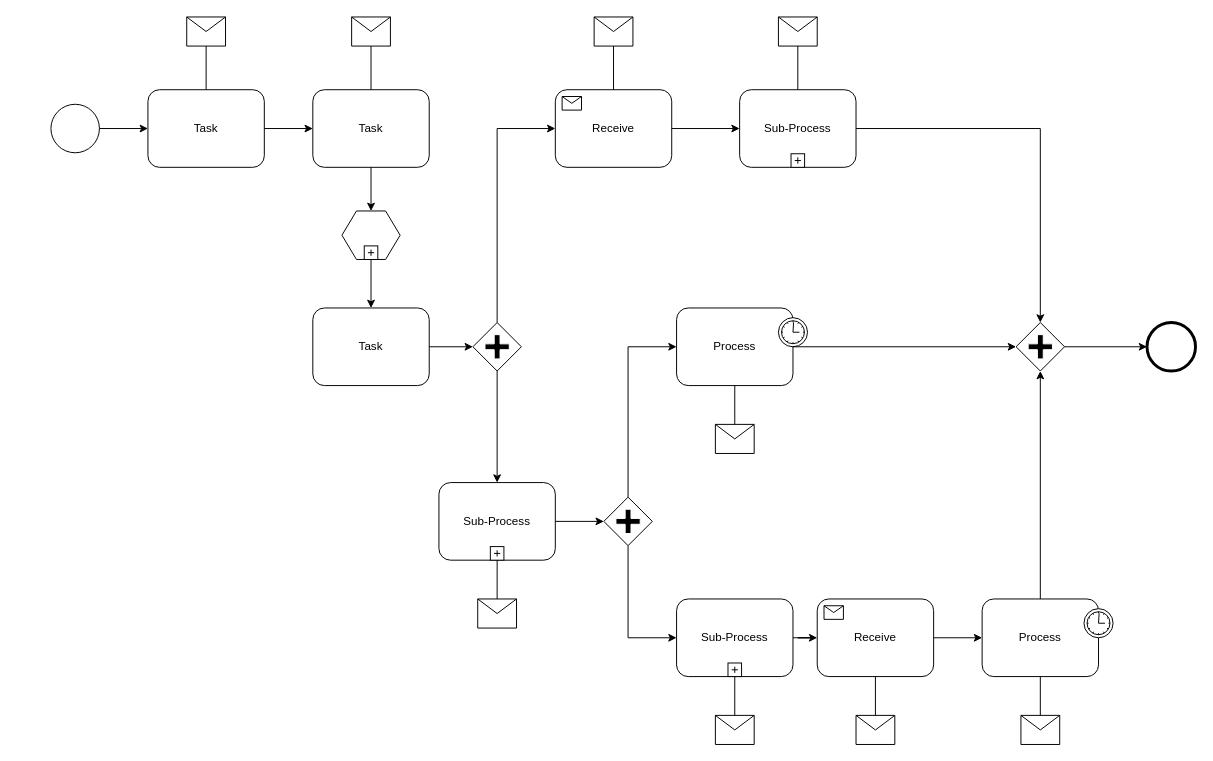
Above: Untitled Diagram.drawio in xiaoxuanfei/tp5 (draw.io), before the change. Source tidied: cells renumbered, new cells numbered last; positions are measured from the earlier drawing's top-left corner, leaving out a move shared by most shapes. Both pictures are drawn from the tidied source at 97%, with x=0, y=0 at pixel (50, 16).
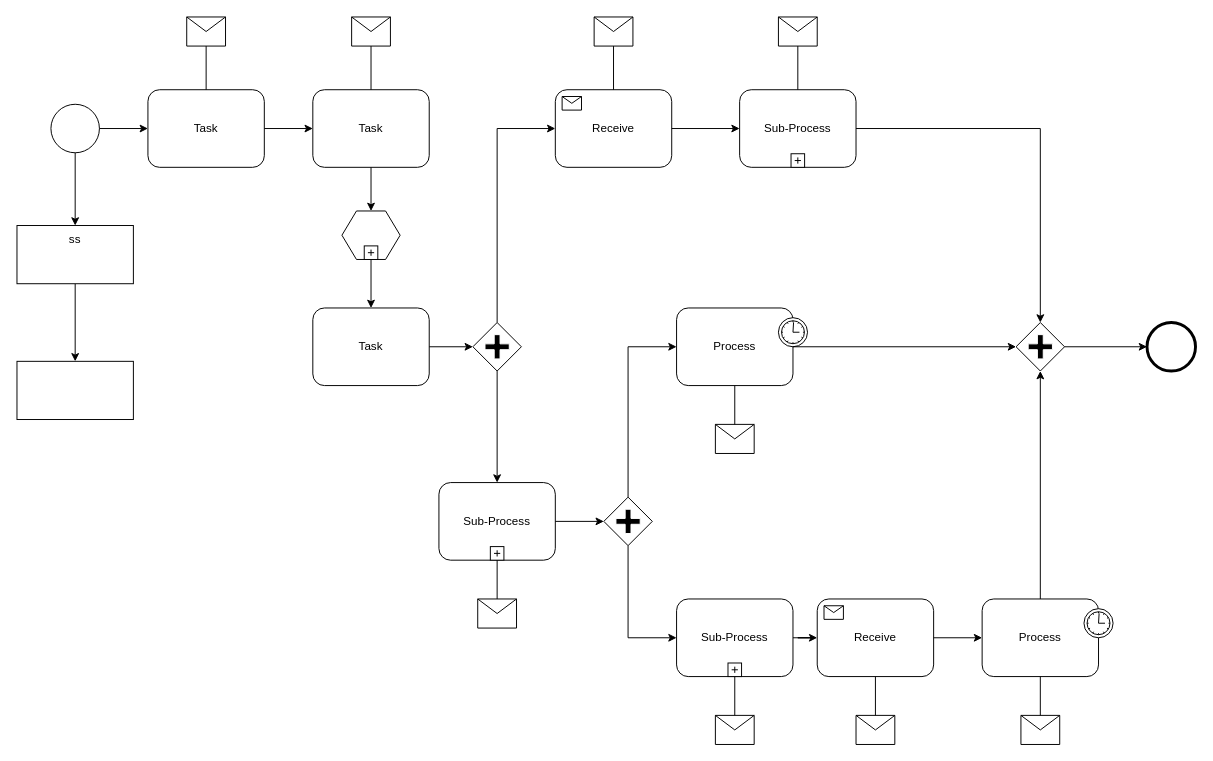
After the change.

The change refers to these unchanged cells:
```xml
<mxCell id="2" style="shape=mxgraph.bpmn.shape;html=1;verticalLabelPosition=bottom;labelBackgroundColor=#ffffff;verticalAlign=top;perimeter=ellipsePerimeter;outline=standard;symbol=general;" parent="1" vertex="1">
  <mxGeometry y="90" width="50" height="50" as="geometry" />
</mxCell>
```

Change to the diagram source:
```diff
@@
+    <mxCell id="61" style="edgeStyle=orthogonalEdgeStyle;rounded=0;jettySize=auto;html=1;" parent="1" edge="1" source="2" target="63">
+      <mxGeometry relative="1" as="geometry" />
+    </mxCell>
@@
+    <mxCell id="62" style="edgeStyle=orthogonalEdgeStyle;rounded=0;jettySize=auto;html=1;" parent="1" edge="1" source="63" target="64">
+      <mxGeometry relative="1" as="geometry" />
+    </mxCell>
+    <mxCell id="63" value="ss" style="whiteSpace=wrap;html=1;verticalAlign=top;labelBackgroundColor=#ffffff;" parent="1" vertex="1">
+      <mxGeometry x="-35" y="215" width="120" height="60" as="geometry" />
+    </mxCell>
+    <mxCell id="64" style="whiteSpace=wrap;html=1;verticalAlign=top;labelBackgroundColor=#ffffff;" parent="1" vertex="1">
+      <mxGeometry x="-35" y="355" width="120" height="60" as="geometry" />
+    </mxCell>
```
